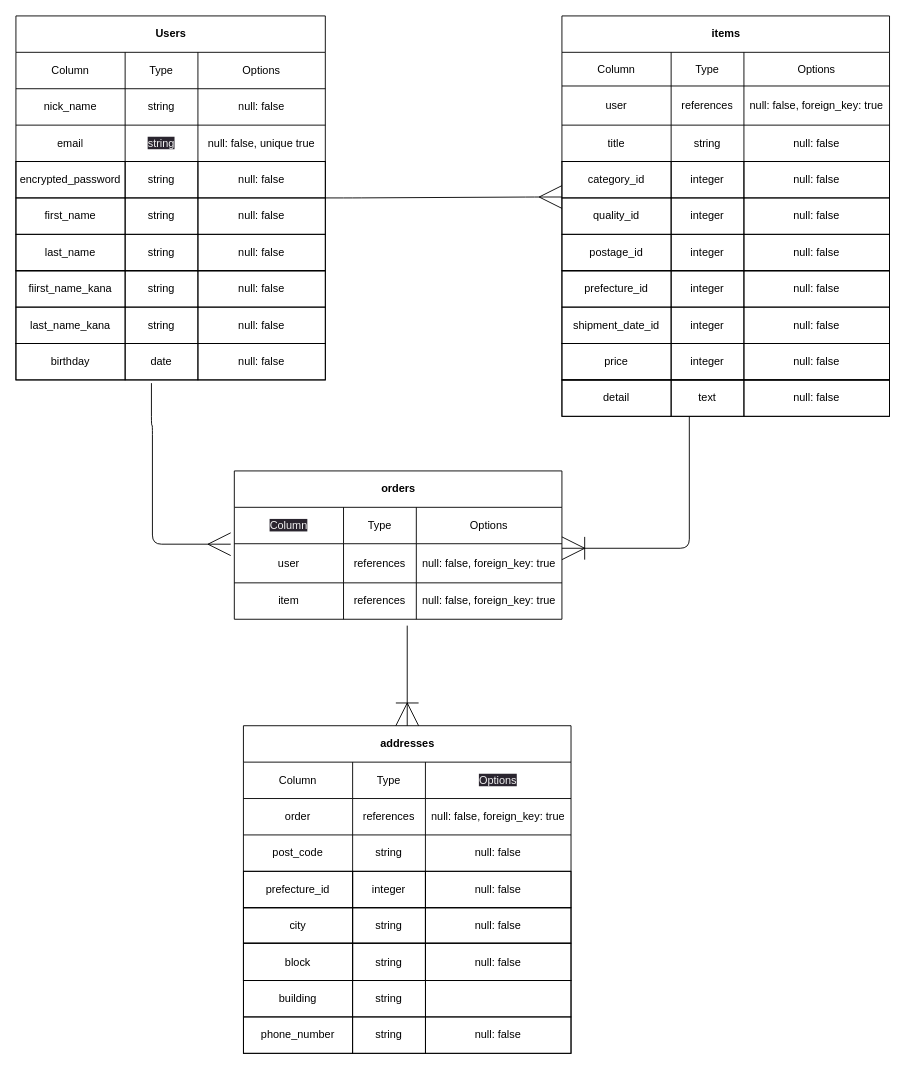
Before: furima.dio in meita33/furima-38931, a draw.io diagram. Source tidied: cells renumbered, new cells numbered last; positions are measured from the earlier drawing's top-left corner, leaving out a move shared by most shapes. Both pictures are drawn from the tidied source at 91%, with x=0, y=0 at pixel (15, 15).
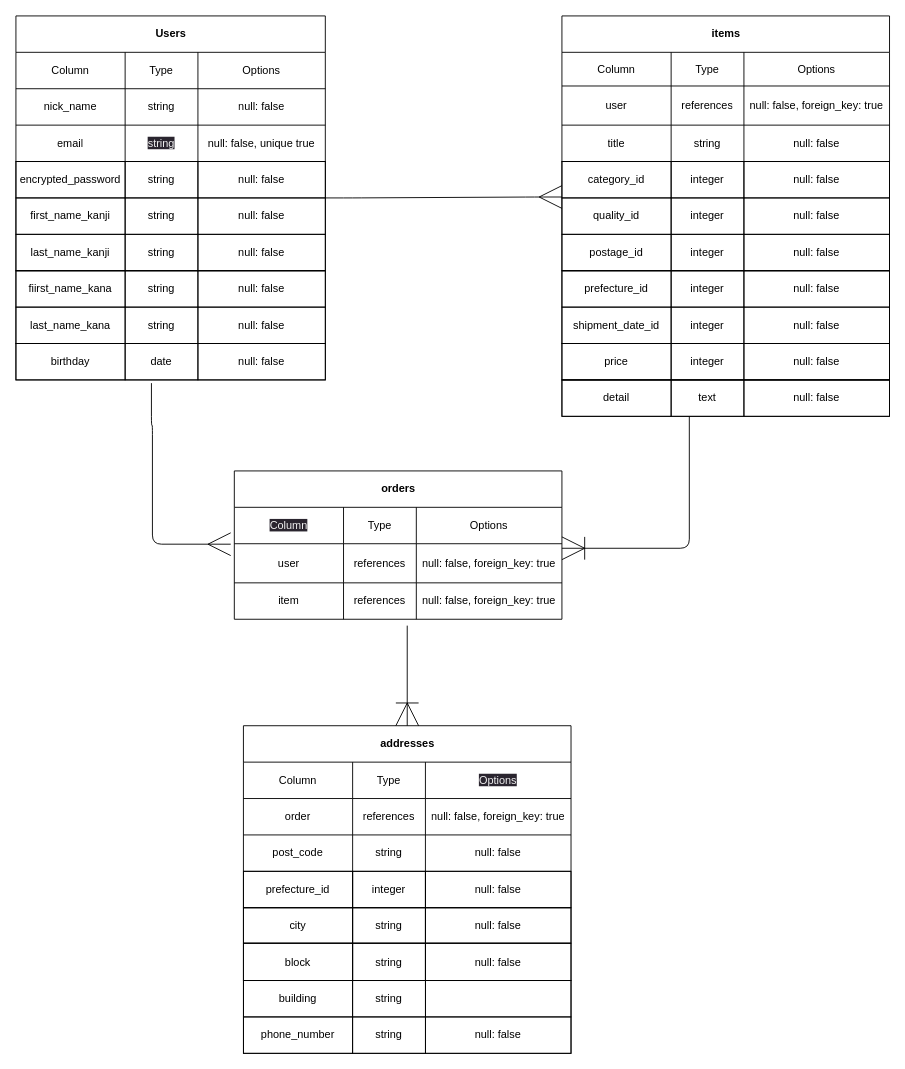
After the change.

Commit message (it also covers changes not shown here):
カラム名変更first.last_name→kanji追加

The change refers to these unchanged cells:
```xml
<mxCell id="20" style="shape=tableRow;horizontal=0;startSize=0;swimlaneHead=0;swimlaneBody=0;top=0;left=0;bottom=0;right=0;fontStyle=0;fillColor=none;strokeColor=inherit;labelBackgroundColor=none;" parent="15" vertex="1">
  <mxGeometry y="40" width="340" height="40" as="geometry" />
</mxCell>
<mxCell id="24" style="shape=tableRow;horizontal=0;startSize=0;swimlaneHead=0;swimlaneBody=0;top=0;left=0;bottom=0;right=0;fontStyle=0;fillColor=none;strokeColor=inherit;labelBackgroundColor=none;" parent="15" vertex="1">
  <mxGeometry y="80" width="340" height="40" as="geometry" />
</mxCell>
```

The edit, as a diff of the source:
```diff
@@
-    <mxCell id="21" value="first_name" style="strokeColor=inherit;fillColor=none;align=center;whiteSpace=wrap;html=1;labelBackgroundColor=none;" parent="20" vertex="1">
+    <mxCell id="21" value="first_name_kanji" style="strokeColor=inherit;fillColor=none;align=center;whiteSpace=wrap;html=1;labelBackgroundColor=none;" parent="20" vertex="1">
       <mxGeometry width="120" height="40" as="geometry" />
     </mxCell>
@@
-    <mxCell id="25" value="last_name" style="strokeColor=inherit;fillColor=none;align=center;whiteSpace=wrap;html=1;labelBackgroundColor=none;" parent="24" vertex="1">
+    <mxCell id="25" value="last_name_kanji" style="strokeColor=inherit;fillColor=none;align=center;whiteSpace=wrap;html=1;labelBackgroundColor=none;" parent="24" vertex="1">
       <mxGeometry width="120" height="40" as="geometry" />
     </mxCell>
```
